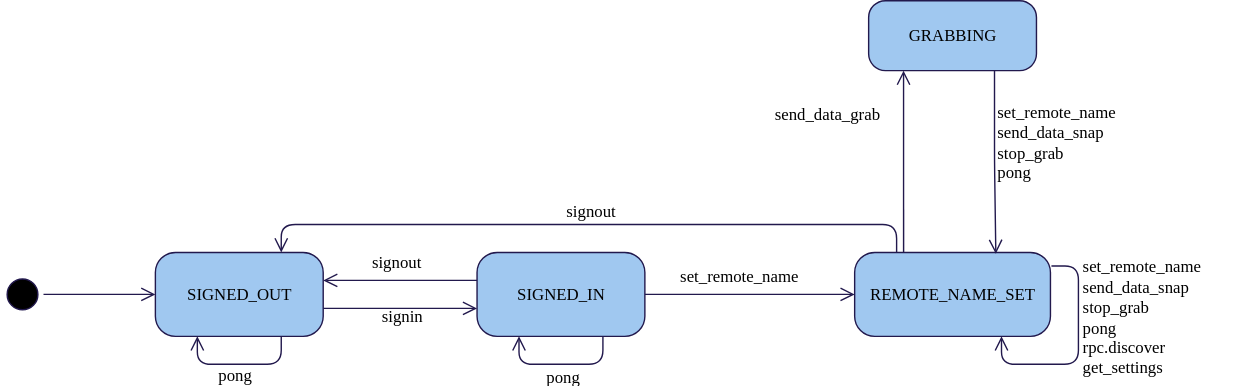
The draw.io diagram docs/src/image/tutorial_pluginless_leco/state_machine_detector.svg in malik-irain/PyMoDAQ_mono, before a commit. Source tidied: cells renumbered, new cells last; positions are measured from the earlier drawing's top-left corner, leaving out a move shared by most shapes.
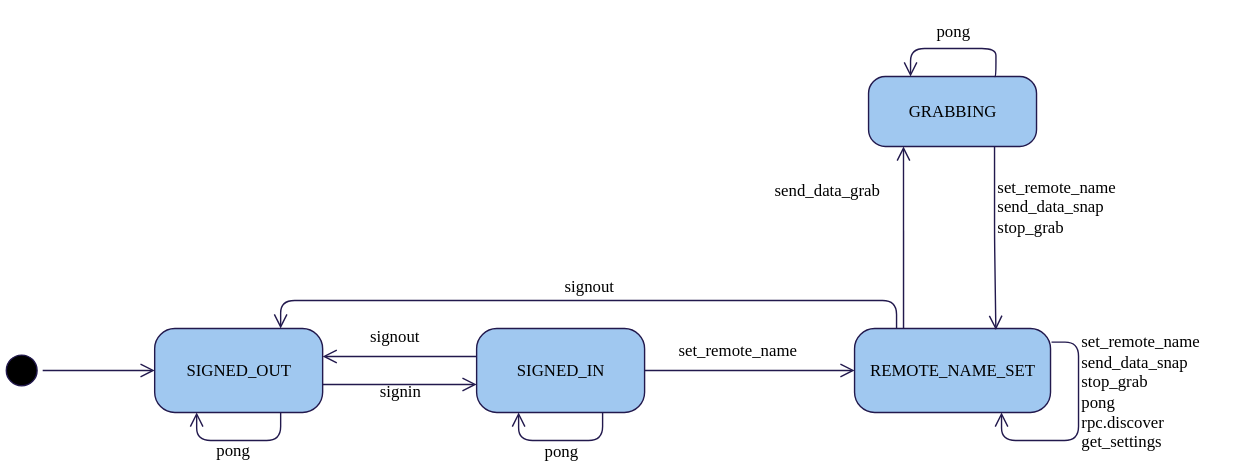
The same diagram one commit later.

Commit message:
fix detectorstate diagram

What changed in the source:
```diff
@@ -82,7 +82,7 @@
         <mxPoint x="9" y="-36" as="offset" />
       </mxGeometry>
     </mxCell>
-    <mxCell id="22" value="&lt;div align=&quot;left&quot;&gt;set_remote_name&lt;br&gt;send_data_snap&lt;br&gt;stop_grab&lt;br&gt;pong&lt;/div&gt;" style="edgeLabel;html=1;align=left;verticalAlign=middle;rounded=1;shadow=0;comic=0;strokeColor=#22194D;arcSize=24;fontFamily=Verdana;fontSize=12;fontColor=#000000;labelBackgroundColor=none;fillColor=#A0C8F0;" parent="1" vertex="1">
+    <mxCell id="22" value="&lt;div align=&quot;left&quot;&gt;set_remote_name&lt;br&gt;send_data_snap&lt;br&gt;stop_grab&lt;br&gt;&lt;br&gt;&lt;/div&gt;" style="edgeLabel;html=1;align=left;verticalAlign=middle;rounded=1;shadow=0;comic=0;strokeColor=#22194D;arcSize=24;fontFamily=Verdana;fontSize=12;fontColor=#000000;labelBackgroundColor=none;fillColor=#A0C8F0;" parent="1" vertex="1">
       <mxGeometry x="710" y="100" as="geometry" />
     </mxCell>
     <mxCell id="23" style="edgeStyle=orthogonalEdgeStyle;shape=connector;rounded=1;jettySize=auto;html=1;exitX=0.75;exitY=1;exitDx=0;exitDy=0;entryX=0.721;entryY=0.017;entryDx=0;entryDy=0;entryPerimeter=0;strokeColor=#22194D;align=left;verticalAlign=middle;fontFamily=Verdana;fontSize=12;fontColor=#000000;labelBackgroundColor=none;endArrow=open;endSize=8;" parent="1" edge="1" source="13" target="12">
@@ -96,5 +96,20 @@
         <mxPoint x="-54" y="-36" as="offset" />
       </mxGeometry>
     </mxCell>
+    <mxCell id="26" style="edgeStyle=orthogonalEdgeStyle;shape=connector;rounded=1;jettySize=auto;html=1;strokeColor=#22194D;align=left;verticalAlign=middle;fontFamily=Verdana;fontSize=12;fontColor=#000000;labelBackgroundColor=none;endArrow=open;endSize=8;entryX=0.25;entryY=0;entryDx=0;entryDy=0;" parent="1" edge="1" target="13">
+      <mxGeometry relative="1" as="geometry">
+        <mxPoint x="710" as="sourcePoint" />
+        <Array as="points">
+          <mxPoint x="711" />
+          <mxPoint x="711" y="-20" />
+          <mxPoint x="650" y="-20" />
+        </Array>
+      </mxGeometry>
+    </mxCell>
+    <mxCell id="27" value="&lt;div&gt;&lt;br&gt;&lt;/div&gt;&lt;div&gt;pong&lt;/div&gt;" style="edgeLabel;html=1;align=center;verticalAlign=middle;rounded=1;shadow=0;comic=0;strokeColor=#22194D;arcSize=24;fontFamily=Verdana;fontSize=12;fontColor=#000000;labelBackgroundColor=none;fillColor=#A0C8F0;" parent="26" vertex="1">
+      <mxGeometry x="-0.07" relative="1" as="geometry">
+        <mxPoint x="-5" y="-20" as="offset" />
+      </mxGeometry>
+    </mxCell>
   </root>
 </mxGraphModel>
```
